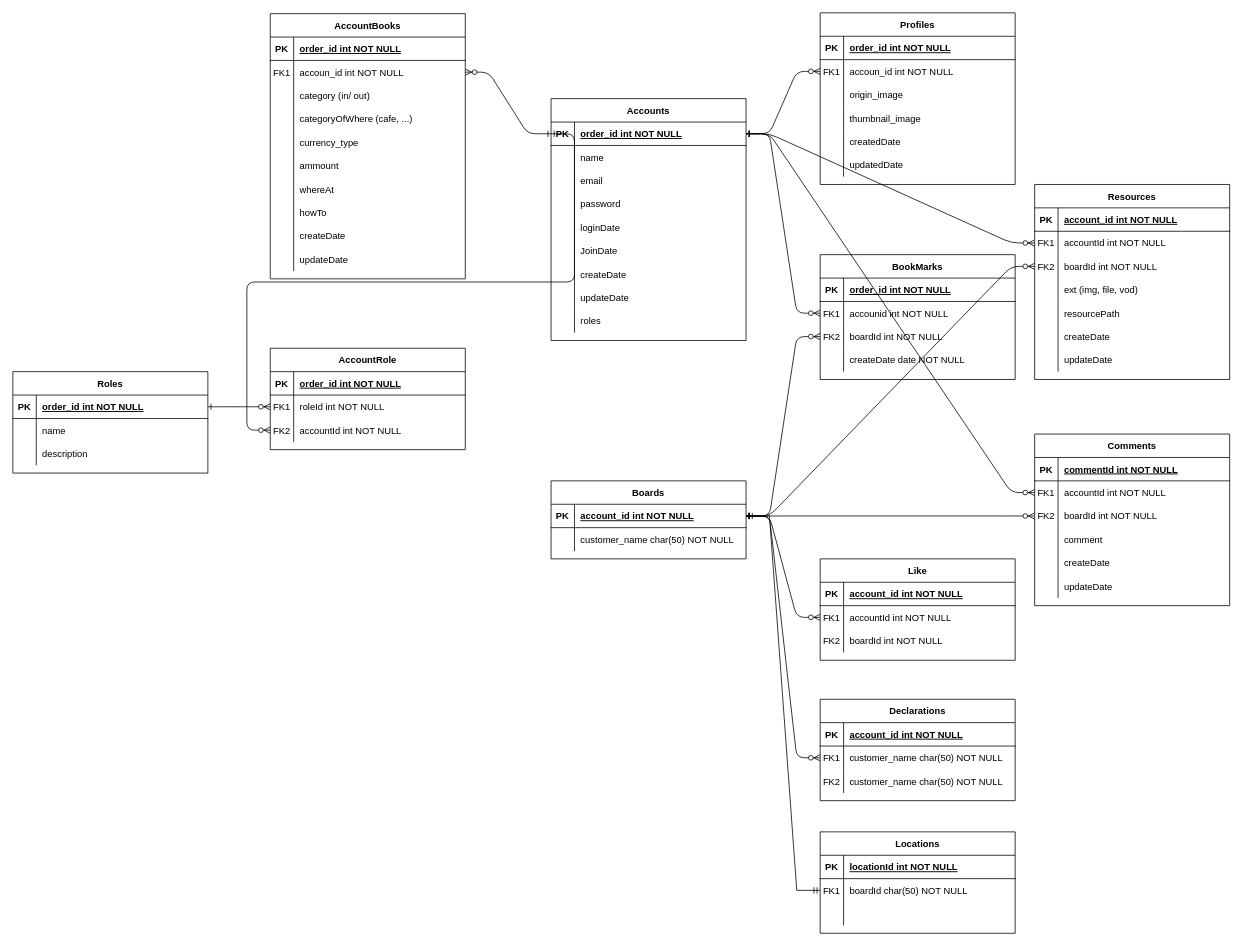
The draw.io diagram Untitled Diagram.drawio in gitSaein/chat-service, before the edit. Source tidied: cells renumbered, new cells numbered last; positions are measured from the earlier drawing's top-left corner, leaving out a move shared by most shapes. Both pictures are drawn from the tidied source at 78%, with x=0, y=0 at pixel (12, 12).
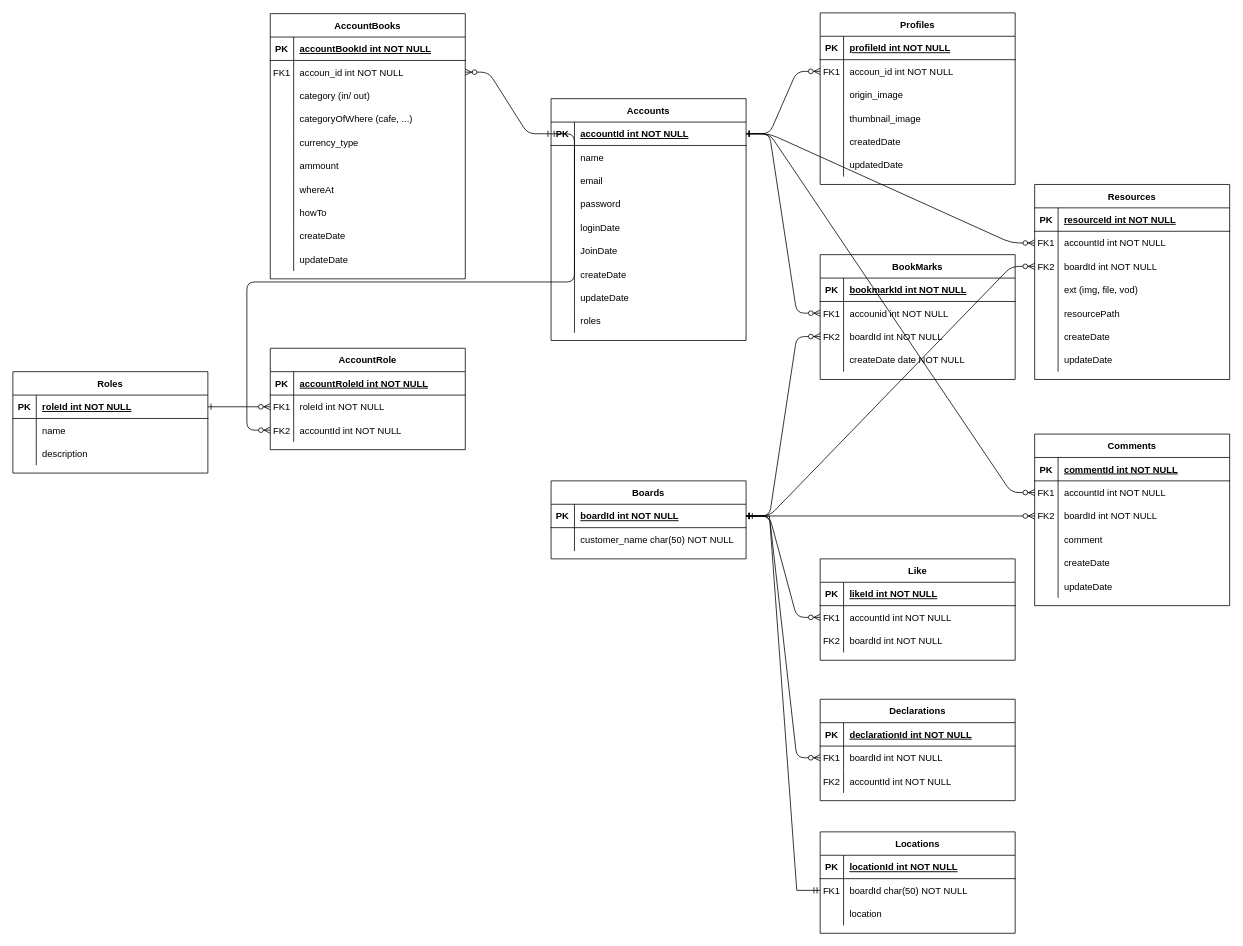
The same diagram, later.

Unchanged cells that the change refers to:
```xml
<mxCell id="3" style="shape=partialRectangle;fillColor=none;points=[[0,0.5],[1,0.5]];portConstraint=eastwest;top=0;left=0;right=0;bottom=1;" parent="2" vertex="1">
  <mxGeometry y="30" width="250" height="30" as="geometry" />
</mxCell>
<mxCell id="29" style="shape=partialRectangle;fillColor=none;top=0;left=0;right=0;bottom=1;" parent="28" vertex="1">
  <mxGeometry y="30" width="250" height="30" as="geometry" />
</mxCell>
<mxCell id="39" style="shape=partialRectangle;fillColor=none;top=0;left=0;right=0;bottom=1;" parent="38" vertex="1">
  <mxGeometry y="30" width="250" height="30" as="geometry" />
</mxCell>
<mxCell id="42" style="shape=partialRectangle;fillColor=none;points=[[0,0.5],[1,0.5]];portConstraint=eastwest;top=0;left=0;right=0;bottom=0;" parent="38" vertex="1">
  <mxGeometry y="60" width="250" height="30" as="geometry" />
</mxCell>
<mxCell id="45" style="shape=partialRectangle;fillColor=none;top=0;left=0;right=0;bottom=0;" parent="38" vertex="1">
  <mxGeometry y="90" width="250" height="30" as="geometry" />
</mxCell>
<mxCell id="52" style="shape=partialRectangle;fillColor=none;top=0;left=0;right=0;bottom=1;" parent="51" vertex="1">
  <mxGeometry y="30" width="250" height="30" as="geometry" />
</mxCell>
<mxCell id="67" style="shape=partialRectangle;fillColor=none;points=[[0,0.5],[1,0.5]];portConstraint=eastwest;top=0;left=0;right=0;bottom=1;" parent="66" vertex="1">
  <mxGeometry y="30" width="250" height="30" as="geometry" />
</mxCell>
<mxCell id="95" style="shape=partialRectangle;fillColor=none;top=0;left=0;right=0;bottom=1;" parent="94" vertex="1">
  <mxGeometry y="30" width="250" height="30" as="geometry" />
</mxCell>
<mxCell id="121" style="shape=partialRectangle;fillColor=none;top=0;left=0;right=0;bottom=0;" parent="114" vertex="1">
  <mxGeometry y="90" width="250" height="30" as="geometry" />
</mxCell>
<mxCell id="125" style="shape=partialRectangle;fillColor=none;top=0;left=0;right=0;bottom=1;" parent="124" vertex="1">
  <mxGeometry y="30" width="250" height="30" as="geometry" />
</mxCell>
<mxCell id="150" style="shape=partialRectangle;fillColor=none;top=0;left=0;right=0;bottom=1;" parent="149" vertex="1">
  <mxGeometry y="30" width="250" height="30" as="geometry" />
</mxCell>
<mxCell id="182" style="shape=partialRectangle;fillColor=none;points=[[0,0.5],[1,0.5]];portConstraint=eastwest;top=0;left=0;right=0;bottom=1;" parent="181" vertex="1">
  <mxGeometry y="30" width="250" height="30" as="geometry" />
</mxCell>
<mxCell id="192" style="shape=partialRectangle;fillColor=none;top=0;left=0;right=0;bottom=1;" parent="191" vertex="1">
  <mxGeometry y="30" width="250" height="30" as="geometry" />
</mxCell>
```

The edit, as a diff of the source:
```diff
@@
-    <mxCell id="5" value="account_id int NOT NULL " style="shape=partialRectangle;overflow=hidden;fillColor=none;top=0;left=0;bottom=0;right=0;align=left;spacingLeft=6;fontStyle=5;" parent="3" vertex="1">
+    <mxCell id="5" value="boardId int NOT NULL " style="shape=partialRectangle;overflow=hidden;fillColor=none;top=0;left=0;bottom=0;right=0;align=left;spacingLeft=6;fontStyle=5;" parent="3" vertex="1">
       <mxGeometry x="30" width="220" height="30" as="geometry" />
     </mxCell>
@@
-    <mxCell id="31" value="account_id int NOT NULL " style="shape=partialRectangle;overflow=hidden;fillColor=none;top=0;left=0;bottom=0;right=0;align=left;spacingLeft=6;fontStyle=5;" parent="29" vertex="1">
+    <mxCell id="31" value="likeId int NOT NULL " style="shape=partialRectangle;overflow=hidden;fillColor=none;top=0;left=0;bottom=0;right=0;align=left;spacingLeft=6;fontStyle=5;" parent="29" vertex="1">
       <mxGeometry x="30" width="220" height="30" as="geometry" />
     </mxCell>
@@
-    <mxCell id="41" value="account_id int NOT NULL " style="shape=partialRectangle;overflow=hidden;fillColor=none;top=0;left=0;bottom=0;right=0;align=left;spacingLeft=6;fontStyle=5;" parent="39" vertex="1">
+    <mxCell id="41" value="declarationId int NOT NULL " style="shape=partialRectangle;overflow=hidden;fillColor=none;top=0;left=0;bottom=0;right=0;align=left;spacingLeft=6;fontStyle=5;" parent="39" vertex="1">
       <mxGeometry x="30" width="220" height="30" as="geometry" />
     </mxCell>
@@
-    <mxCell id="44" value="customer_name char(50) NOT NULL" style="shape=partialRectangle;overflow=hidden;fillColor=none;top=0;left=0;bottom=0;right=0;align=left;spacingLeft=6;" parent="42" vertex="1">
+    <mxCell id="44" value="boardId int NOT NULL" style="shape=partialRectangle;overflow=hidden;fillColor=none;top=0;left=0;bottom=0;right=0;align=left;spacingLeft=6;" parent="42" vertex="1">
       <mxGeometry x="30" width="220" height="30" as="geometry" />
     </mxCell>
@@
-    <mxCell id="47" value="customer_name char(50) NOT NULL" style="shape=partialRectangle;overflow=hidden;fillColor=none;top=0;left=0;bottom=0;right=0;align=left;spacingLeft=6;" parent="45" vertex="1">
+    <mxCell id="47" value="accountId int NOT NULL" style="shape=partialRectangle;overflow=hidden;fillColor=none;top=0;left=0;bottom=0;right=0;align=left;spacingLeft=6;" parent="45" vertex="1">
       <mxGeometry x="30" width="220" height="30" as="geometry" />
     </mxCell>
@@
-    <mxCell id="54" value="order_id int NOT NULL " style="shape=partialRectangle;overflow=hidden;fillColor=none;top=0;left=0;bottom=0;right=0;align=left;spacingLeft=6;fontStyle=5;" parent="52" vertex="1">
+    <mxCell id="54" value="bookmarkId int NOT NULL " style="shape=partialRectangle;overflow=hidden;fillColor=none;top=0;left=0;bottom=0;right=0;align=left;spacingLeft=6;fontStyle=5;" parent="52" vertex="1">
       <mxGeometry x="30" width="220" height="30" as="geometry" />
     </mxCell>
@@
-    <mxCell id="69" value="order_id int NOT NULL " style="shape=partialRectangle;overflow=hidden;fillColor=none;top=0;left=0;bottom=0;right=0;align=left;spacingLeft=6;fontStyle=5;" parent="67" vertex="1">
+    <mxCell id="69" value="accountId int NOT NULL " style="shape=partialRectangle;overflow=hidden;fillColor=none;top=0;left=0;bottom=0;right=0;align=left;spacingLeft=6;fontStyle=5;" parent="67" vertex="1">
       <mxGeometry x="30" width="220" height="30" as="geometry" />
     </mxCell>
@@
-    <mxCell id="97" value="order_id int NOT NULL " style="shape=partialRectangle;overflow=hidden;fillColor=none;top=0;left=0;bottom=0;right=0;align=left;spacingLeft=6;fontStyle=5;" parent="95" vertex="1">
+    <mxCell id="97" value="profileId int NOT NULL " style="shape=partialRectangle;overflow=hidden;fillColor=none;top=0;left=0;bottom=0;right=0;align=left;spacingLeft=6;fontStyle=5;" parent="95" vertex="1">
       <mxGeometry x="30" width="220" height="30" as="geometry" />
     </mxCell>
@@
-    <mxCell id="123" style="shape=partialRectangle;overflow=hidden;fillColor=none;top=0;left=0;bottom=0;right=0;align=left;spacingLeft=6;" parent="121" vertex="1">
+    <mxCell id="123" value="location" style="shape=partialRectangle;overflow=hidden;fillColor=none;top=0;left=0;bottom=0;right=0;align=left;spacingLeft=6;" parent="121" vertex="1">
       <mxGeometry x="30" width="220" height="30" as="geometry" />
     </mxCell>
@@
-    <mxCell id="127" value="account_id int NOT NULL " style="shape=partialRectangle;overflow=hidden;fillColor=none;top=0;left=0;bottom=0;right=0;align=left;spacingLeft=6;fontStyle=5;" parent="125" vertex="1">
+    <mxCell id="127" value="resourceId int NOT NULL " style="shape=partialRectangle;overflow=hidden;fillColor=none;top=0;left=0;bottom=0;right=0;align=left;spacingLeft=6;fontStyle=5;" parent="125" vertex="1">
       <mxGeometry x="30" width="220" height="30" as="geometry" />
     </mxCell>
@@
-    <mxCell id="152" value="order_id int NOT NULL " style="shape=partialRectangle;overflow=hidden;fillColor=none;top=0;left=0;bottom=0;right=0;align=left;spacingLeft=6;fontStyle=5;" parent="150" vertex="1">
+    <mxCell id="152" value="accountBookId int NOT NULL " style="shape=partialRectangle;overflow=hidden;fillColor=none;top=0;left=0;bottom=0;right=0;align=left;spacingLeft=6;fontStyle=5;" parent="150" vertex="1">
       <mxGeometry x="30" width="220" height="30" as="geometry" />
     </mxCell>
@@
-    <mxCell id="184" value="order_id int NOT NULL " style="shape=partialRectangle;overflow=hidden;fillColor=none;top=0;left=0;bottom=0;right=0;align=left;spacingLeft=6;fontStyle=5;" parent="182" vertex="1">
+    <mxCell id="184" value="roleId int NOT NULL " style="shape=partialRectangle;overflow=hidden;fillColor=none;top=0;left=0;bottom=0;right=0;align=left;spacingLeft=6;fontStyle=5;" parent="182" vertex="1">
       <mxGeometry x="30" width="220" height="30" as="geometry" />
     </mxCell>
@@
-    <mxCell id="194" value="order_id int NOT NULL " style="shape=partialRectangle;overflow=hidden;fillColor=none;top=0;left=0;bottom=0;right=0;align=left;spacingLeft=6;fontStyle=5;" parent="192" vertex="1">
+    <mxCell id="194" value="accountRoleId int NOT NULL " style="shape=partialRectangle;overflow=hidden;fillColor=none;top=0;left=0;bottom=0;right=0;align=left;spacingLeft=6;fontStyle=5;" parent="192" vertex="1">
       <mxGeometry x="30" width="220" height="30" as="geometry" />
     </mxCell>
```
